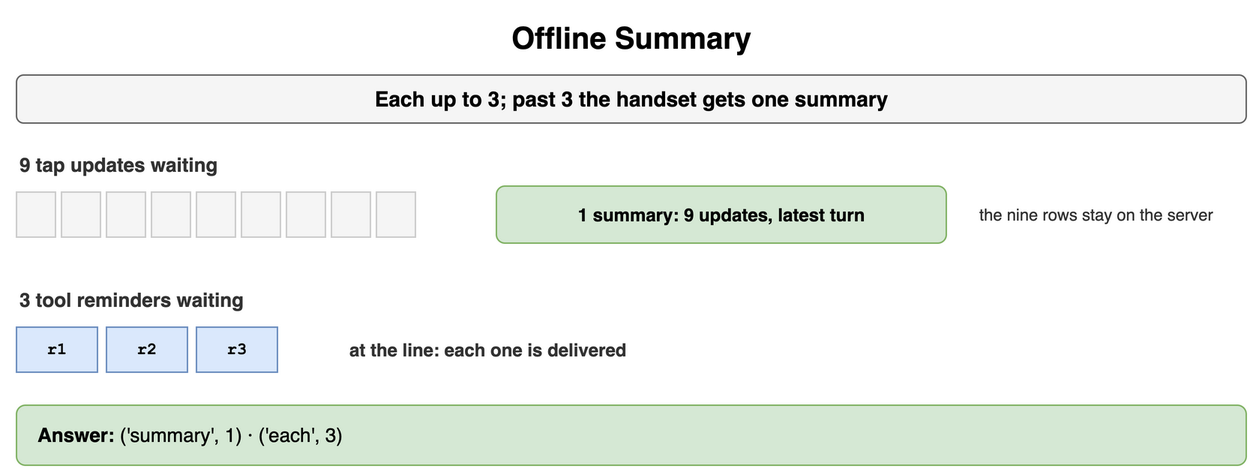
This is content/09_System_Design_Interview/21_Real_Time_and_Notification_Systems/diagrams/notifications-drills-7-offline-summary.png from amendez13/swe-study-guide, a draw.io export, as it was before one commit. Source tidied: cells renumbered, new cells last; positions are measured from the earlier drawing's top-left corner, leaving out a move shared by most shapes. Its diagram source:
```xml
<mxGraphModel>
  <root>
    <mxCell id="0" />
    <mxCell id="1" parent="0" />
    <mxCell id="2" value="Offline Summary" style="text;html=1;align=center;verticalAlign=middle;whiteSpace=wrap;fontSize=20;fontStyle=1;" parent="1" vertex="1">
      <mxGeometry width="820" height="30" as="geometry" />
    </mxCell>
    <mxCell id="3" value="Each up to 3; past 3 the handset gets one summary" style="rounded=1;whiteSpace=wrap;html=1;fillColor=#f5f5f5;strokeColor=#666666;fontStyle=1;fontSize=14;" parent="1" vertex="1">
      <mxGeometry y="40" width="820" height="32" as="geometry" />
    </mxCell>
    <mxCell id="4" value="9 tap updates waiting" style="text;html=1;whiteSpace=wrap;fontSize=11;align=left;verticalAlign=middle;fontSize=13;fontColor=#333333;fontStyle=1;" parent="1" vertex="1">
      <mxGeometry y="90" width="400" height="20" as="geometry" />
    </mxCell>
    <mxCell id="5" style="rounded=0;whiteSpace=wrap;html=1;fontFamily=Courier New;fontStyle=1;fontSize=13;fillColor=#f5f5f5;strokeColor=#cccccc;fontSize=12;fontColor=#aaaaaa;" parent="1" vertex="1">
      <mxGeometry y="118" width="26" height="30" as="geometry" />
    </mxCell>
    <mxCell id="6" style="rounded=0;whiteSpace=wrap;html=1;fontFamily=Courier New;fontStyle=1;fontSize=13;fillColor=#f5f5f5;strokeColor=#cccccc;fontSize=12;fontColor=#aaaaaa;" parent="1" vertex="1">
      <mxGeometry x="30" y="118" width="26" height="30" as="geometry" />
    </mxCell>
    <mxCell id="7" style="rounded=0;whiteSpace=wrap;html=1;fontFamily=Courier New;fontStyle=1;fontSize=13;fillColor=#f5f5f5;strokeColor=#cccccc;fontSize=12;fontColor=#aaaaaa;" parent="1" vertex="1">
      <mxGeometry x="60" y="118" width="26" height="30" as="geometry" />
    </mxCell>
    <mxCell id="8" style="rounded=0;whiteSpace=wrap;html=1;fontFamily=Courier New;fontStyle=1;fontSize=13;fillColor=#f5f5f5;strokeColor=#cccccc;fontSize=12;fontColor=#aaaaaa;" parent="1" vertex="1">
      <mxGeometry x="90" y="118" width="26" height="30" as="geometry" />
    </mxCell>
    <mxCell id="9" style="rounded=0;whiteSpace=wrap;html=1;fontFamily=Courier New;fontStyle=1;fontSize=13;fillColor=#f5f5f5;strokeColor=#cccccc;fontSize=12;fontColor=#aaaaaa;" parent="1" vertex="1">
      <mxGeometry x="120" y="118" width="26" height="30" as="geometry" />
    </mxCell>
    <mxCell id="10" style="rounded=0;whiteSpace=wrap;html=1;fontFamily=Courier New;fontStyle=1;fontSize=13;fillColor=#f5f5f5;strokeColor=#cccccc;fontSize=12;fontColor=#aaaaaa;" parent="1" vertex="1">
      <mxGeometry x="150" y="118" width="26" height="30" as="geometry" />
    </mxCell>
    <mxCell id="11" style="rounded=0;whiteSpace=wrap;html=1;fontFamily=Courier New;fontStyle=1;fontSize=13;fillColor=#f5f5f5;strokeColor=#cccccc;fontSize=12;fontColor=#aaaaaa;" parent="1" vertex="1">
      <mxGeometry x="180" y="118" width="26" height="30" as="geometry" />
    </mxCell>
    <mxCell id="12" style="rounded=0;whiteSpace=wrap;html=1;fontFamily=Courier New;fontStyle=1;fontSize=13;fillColor=#f5f5f5;strokeColor=#cccccc;fontSize=12;fontColor=#aaaaaa;" parent="1" vertex="1">
      <mxGeometry x="210" y="118" width="26" height="30" as="geometry" />
    </mxCell>
    <mxCell id="13" style="rounded=0;whiteSpace=wrap;html=1;fontFamily=Courier New;fontStyle=1;fontSize=13;fillColor=#f5f5f5;strokeColor=#cccccc;fontSize=12;fontColor=#aaaaaa;" parent="1" vertex="1">
      <mxGeometry x="240" y="118" width="26" height="30" as="geometry" />
    </mxCell>
    <mxCell id="14" value="1 summary: 9 updates, latest turn" style="rounded=1;whiteSpace=wrap;html=1;fillColor=#d5e8d4;strokeColor=#82b366;fontSize=12;align=center;fontStyle=1;" parent="1" vertex="1">
      <mxGeometry x="320" y="114" width="300" height="38" as="geometry" />
    </mxCell>
    <mxCell id="15" value="the nine rows stay on the server" style="text;html=1;whiteSpace=wrap;fontSize=11;align=left;verticalAlign=middle;fontSize=11;fontColor=#333333;" parent="1" vertex="1">
      <mxGeometry x="640" y="114" width="180" height="38" as="geometry" />
    </mxCell>
    <mxCell id="16" value="3 tool reminders waiting" style="text;html=1;whiteSpace=wrap;fontSize=11;align=left;verticalAlign=middle;fontSize=13;fontColor=#333333;fontStyle=1;" parent="1" vertex="1">
      <mxGeometry y="180" width="400" height="20" as="geometry" />
    </mxCell>
    <mxCell id="17" value="r1" style="rounded=0;whiteSpace=wrap;html=1;fontFamily=Courier New;fontStyle=1;fontSize=13;fillColor=#dae8fc;strokeColor=#6c8ebf;fontSize=11;" parent="1" vertex="1">
      <mxGeometry y="208" width="54" height="30" as="geometry" />
    </mxCell>
    <mxCell id="18" value="r2" style="rounded=0;whiteSpace=wrap;html=1;fontFamily=Courier New;fontStyle=1;fontSize=13;fillColor=#dae8fc;strokeColor=#6c8ebf;fontSize=11;" parent="1" vertex="1">
      <mxGeometry x="60" y="208" width="54" height="30" as="geometry" />
    </mxCell>
    <mxCell id="19" value="r3" style="rounded=0;whiteSpace=wrap;html=1;fontFamily=Courier New;fontStyle=1;fontSize=13;fillColor=#dae8fc;strokeColor=#6c8ebf;fontSize=11;" parent="1" vertex="1">
      <mxGeometry x="120" y="208" width="54" height="30" as="geometry" />
    </mxCell>
    <mxCell id="20" value="at the line: each one is delivered" style="text;html=1;whiteSpace=wrap;fontSize=11;align=left;verticalAlign=middle;fontSize=12;fontColor=#333333;fontStyle=1;" parent="1" vertex="1">
      <mxGeometry x="220" y="208" width="400" height="30" as="geometry" />
    </mxCell>
    <mxCell id="21" value="&lt;b&gt;Answer:&lt;/b&gt; ('summary', 1) · ('each', 3)" style="rounded=1;whiteSpace=wrap;html=1;fillColor=#d5e8d4;strokeColor=#82b366;fontSize=13;align=left;spacingLeft=12;" parent="1" vertex="1">
      <mxGeometry y="260" width="820" height="40" as="geometry" />
    </mxCell>
  </root>
</mxGraphModel>
```
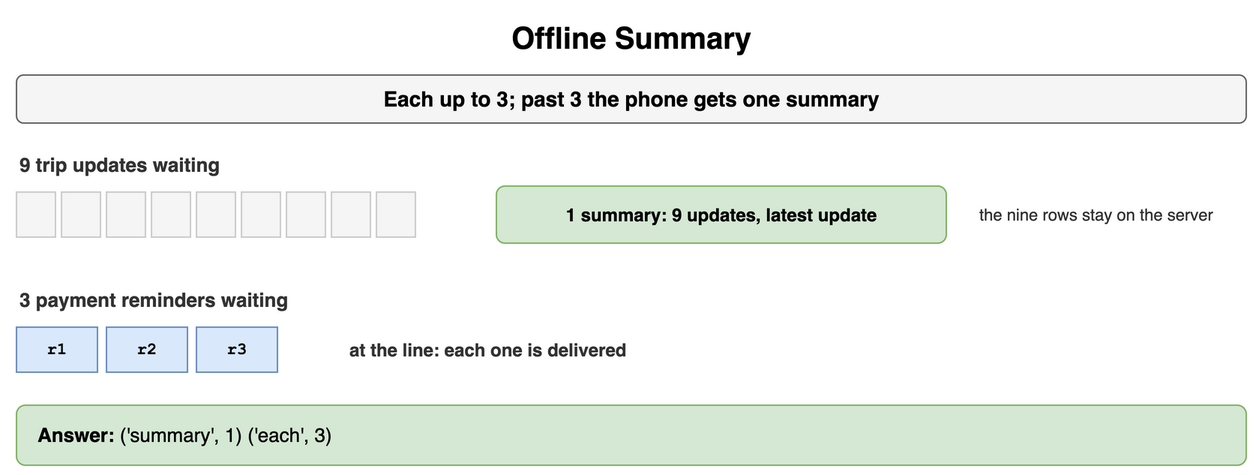
After the commit.

Change to the diagram source:
```diff
@@ -5,10 +5,10 @@
     <mxCell id="2" value="Offline Summary" style="text;html=1;align=center;verticalAlign=middle;whiteSpace=wrap;fontSize=20;fontStyle=1;" parent="1" vertex="1">
       <mxGeometry width="820" height="30" as="geometry" />
     </mxCell>
-    <mxCell id="3" value="Each up to 3; past 3 the handset gets one summary" style="rounded=1;whiteSpace=wrap;html=1;fillColor=#f5f5f5;strokeColor=#666666;fontStyle=1;fontSize=14;" parent="1" vertex="1">
+    <mxCell id="3" value="Each up to 3; past 3 the phone gets one summary" style="rounded=1;whiteSpace=wrap;html=1;fillColor=#f5f5f5;strokeColor=#666666;fontStyle=1;fontSize=14;" parent="1" vertex="1">
       <mxGeometry y="40" width="820" height="32" as="geometry" />
     </mxCell>
-    <mxCell id="4" value="9 tap updates waiting" style="text;html=1;whiteSpace=wrap;fontSize=11;align=left;verticalAlign=middle;fontSize=13;fontColor=#333333;fontStyle=1;" parent="1" vertex="1">
+    <mxCell id="4" value="9 trip updates waiting" style="text;html=1;whiteSpace=wrap;fontSize=11;align=left;verticalAlign=middle;fontSize=13;fontColor=#333333;fontStyle=1;" parent="1" vertex="1">
       <mxGeometry y="90" width="400" height="20" as="geometry" />
     </mxCell>
     <mxCell id="5" style="rounded=0;whiteSpace=wrap;html=1;fontFamily=Courier New;fontStyle=1;fontSize=13;fillColor=#f5f5f5;strokeColor=#cccccc;fontSize=12;fontColor=#aaaaaa;" parent="1" vertex="1">
@@ -38,13 +38,13 @@
     <mxCell id="13" style="rounded=0;whiteSpace=wrap;html=1;fontFamily=Courier New;fontStyle=1;fontSize=13;fillColor=#f5f5f5;strokeColor=#cccccc;fontSize=12;fontColor=#aaaaaa;" parent="1" vertex="1">
       <mxGeometry x="240" y="118" width="26" height="30" as="geometry" />
     </mxCell>
-    <mxCell id="14" value="1 summary: 9 updates, latest turn" style="rounded=1;whiteSpace=wrap;html=1;fillColor=#d5e8d4;strokeColor=#82b366;fontSize=12;align=center;fontStyle=1;" parent="1" vertex="1">
+    <mxCell id="14" value="1 summary: 9 updates, latest update" style="rounded=1;whiteSpace=wrap;html=1;fillColor=#d5e8d4;strokeColor=#82b366;fontSize=12;align=center;fontStyle=1;" parent="1" vertex="1">
       <mxGeometry x="320" y="114" width="300" height="38" as="geometry" />
     </mxCell>
     <mxCell id="15" value="the nine rows stay on the server" style="text;html=1;whiteSpace=wrap;fontSize=11;align=left;verticalAlign=middle;fontSize=11;fontColor=#333333;" parent="1" vertex="1">
       <mxGeometry x="640" y="114" width="180" height="38" as="geometry" />
     </mxCell>
-    <mxCell id="16" value="3 tool reminders waiting" style="text;html=1;whiteSpace=wrap;fontSize=11;align=left;verticalAlign=middle;fontSize=13;fontColor=#333333;fontStyle=1;" parent="1" vertex="1">
+    <mxCell id="16" value="3 payment reminders waiting" style="text;html=1;whiteSpace=wrap;fontSize=11;align=left;verticalAlign=middle;fontSize=13;fontColor=#333333;fontStyle=1;" parent="1" vertex="1">
       <mxGeometry y="180" width="400" height="20" as="geometry" />
     </mxCell>
     <mxCell id="17" value="r1" style="rounded=0;whiteSpace=wrap;html=1;fontFamily=Courier New;fontStyle=1;fontSize=13;fillColor=#dae8fc;strokeColor=#6c8ebf;fontSize=11;" parent="1" vertex="1">
@@ -59,7 +59,7 @@
     <mxCell id="20" value="at the line: each one is delivered" style="text;html=1;whiteSpace=wrap;fontSize=11;align=left;verticalAlign=middle;fontSize=12;fontColor=#333333;fontStyle=1;" parent="1" vertex="1">
       <mxGeometry x="220" y="208" width="400" height="30" as="geometry" />
     </mxCell>
-    <mxCell id="21" value="&lt;b&gt;Answer:&lt;/b&gt; ('summary', 1) · ('each', 3)" style="rounded=1;whiteSpace=wrap;html=1;fillColor=#d5e8d4;strokeColor=#82b366;fontSize=13;align=left;spacingLeft=12;" parent="1" vertex="1">
+    <mxCell id="21" value="&lt;b&gt;Answer:&lt;/b&gt; ('summary', 1) ('each', 3)" style="rounded=1;whiteSpace=wrap;html=1;fillColor=#d5e8d4;strokeColor=#82b366;fontSize=13;align=left;spacingLeft=12;" parent="1" vertex="1">
       <mxGeometry y="260" width="820" height="40" as="geometry" />
     </mxCell>
   </root>
```
